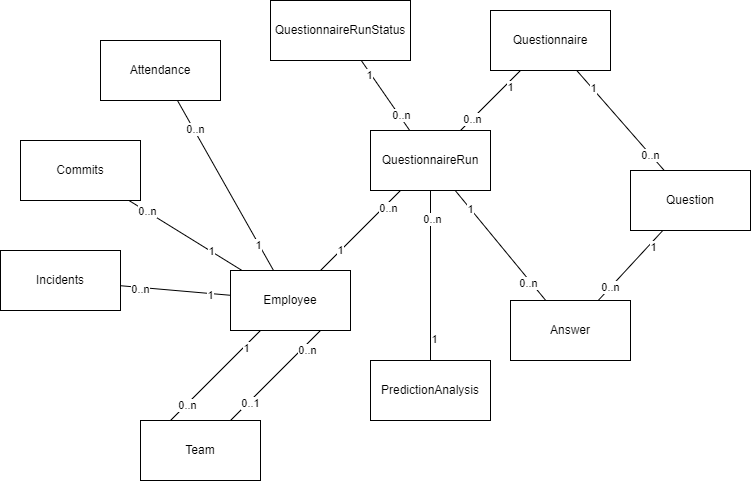
Before: docs/DiagramEntityRelationship.drawio.png, a diagram exported from draw.io (Creebos/Mindwatch). Source tidied: cells renumbered, new cells last; positions are measured from the earlier drawing's top-left corner, leaving out a move shared by most shapes.
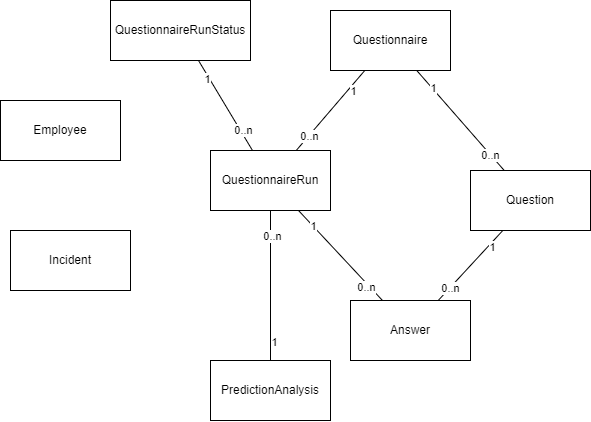
The same file after the commit.

Diff of the diagram source:
```diff
@@ -2,56 +2,9 @@
   <root>
     <mxCell id="0" />
     <mxCell id="1" parent="0" />
-    <mxCell id="2" style="edgeStyle=none;html=1;endArrow=none;endFill=0;" parent="1" edge="1" source="11" target="34">
-      <mxGeometry relative="1" as="geometry" />
-    </mxCell>
-    <mxCell id="3" value="1" style="edgeLabel;html=1;align=center;verticalAlign=middle;" parent="2" vertex="1">
-      <mxGeometry x="-0.76" y="-1" relative="1" as="geometry">
-        <mxPoint x="9" y="-11" as="offset" />
-      </mxGeometry>
-    </mxCell>
-    <mxCell id="4" value="0..n" style="edgeLabel;html=1;align=center;verticalAlign=middle;" parent="2" vertex="1">
-      <mxGeometry x="0.62" y="-3" relative="1" as="geometry" />
-    </mxCell>
-    <mxCell id="5" style="edgeStyle=none;html=1;exitX=0.75;exitY=1;exitDx=0;exitDy=0;entryX=0.75;entryY=0;entryDx=0;entryDy=0;endArrow=none;endFill=0;" parent="1" edge="1" source="11" target="15">
-      <mxGeometry relative="1" as="geometry" />
-    </mxCell>
-    <mxCell id="6" value="0..1" style="edgeLabel;html=1;align=center;verticalAlign=middle;" parent="5" vertex="1">
-      <mxGeometry x="0.6" y="2" relative="1" as="geometry">
-        <mxPoint y="-1" as="offset" />
-      </mxGeometry>
-    </mxCell>
-    <mxCell id="7" value="0..n" style="edgeLabel;html=1;align=center;verticalAlign=middle;" parent="5" vertex="1">
-      <mxGeometry x="-0.65" y="5" relative="1" as="geometry">
-        <mxPoint x="-1" as="offset" />
-      </mxGeometry>
-    </mxCell>
-    <mxCell id="8" style="edgeStyle=none;html=1;endArrow=none;endFill=0;" parent="1" edge="1" source="11" target="48">
-      <mxGeometry relative="1" as="geometry" />
-    </mxCell>
-    <mxCell id="9" value="1" style="edgeLabel;html=1;align=center;verticalAlign=middle;" parent="8" vertex="1">
-      <mxGeometry x="-0.65" y="1" relative="1" as="geometry" />
-    </mxCell>
-    <mxCell id="10" value="0..n" style="edgeLabel;html=1;align=center;verticalAlign=middle;" parent="8" vertex="1">
-      <mxGeometry x="0.64" y="1" relative="1" as="geometry">
-        <mxPoint y="1" as="offset" />
-      </mxGeometry>
-    </mxCell>
     <mxCell id="11" value="Employee" style="rounded=0;whiteSpace=wrap;html=1;" parent="1" vertex="1">
-      <mxGeometry x="230" y="270" width="120" height="60" as="geometry" />
+      <mxGeometry x="160" y="100" width="120" height="60" as="geometry" />
     </mxCell>
-    <mxCell id="12" style="edgeStyle=none;html=1;exitX=0.25;exitY=0;exitDx=0;exitDy=0;entryX=0.25;entryY=1;entryDx=0;entryDy=0;endArrow=none;endFill=0;" parent="1" edge="1" source="15" target="11">
-      <mxGeometry relative="1" as="geometry" />
-    </mxCell>
-    <mxCell id="13" value="1" style="edgeLabel;html=1;align=center;verticalAlign=middle;" parent="12" vertex="1">
-      <mxGeometry x="0.66" y="-2" relative="1" as="geometry" />
-    </mxCell>
-    <mxCell id="14" value="0..n" style="edgeLabel;html=1;align=center;verticalAlign=middle;" parent="12" vertex="1">
-      <mxGeometry x="-0.64" y="-1" relative="1" as="geometry" />
-    </mxCell>
-    <mxCell id="15" value="Team" style="rounded=0;whiteSpace=wrap;html=1;" parent="1" vertex="1">
-      <mxGeometry x="140" y="420" width="120" height="60" as="geometry" />
-    </mxCell>
     <mxCell id="16" style="edgeStyle=none;html=1;endArrow=none;endFill=0;" parent="1" edge="1" source="19" target="34">
       <mxGeometry relative="1" as="geometry" />
     </mxCell>
@@ -113,36 +66,8 @@
       <mxGeometry x="0.62" y="2" relative="1" as="geometry" />
     </mxCell>
     <mxCell id="34" value="QuestionnaireRun" style="rounded=0;whiteSpace=wrap;html=1;" parent="1" vertex="1">
-      <mxGeometry x="370" y="130" width="120" height="60" as="geometry" />
+      <mxGeometry x="370" y="150" width="120" height="60" as="geometry" />
     </mxCell>
-    <mxCell id="35" style="edgeStyle=none;html=1;endArrow=none;endFill=0;" parent="1" edge="1" source="38" target="11">
-      <mxGeometry relative="1" as="geometry" />
-    </mxCell>
-    <mxCell id="36" value="1" style="edgeLabel;html=1;align=center;verticalAlign=middle;" parent="35" vertex="1">
-      <mxGeometry x="0.69" y="-1" relative="1" as="geometry" />
-    </mxCell>
-    <mxCell id="37" value="0..n" style="edgeLabel;html=1;align=center;verticalAlign=middle;" parent="35" vertex="1">
-      <mxGeometry x="-0.66" y="2" relative="1" as="geometry">
-        <mxPoint y="1" as="offset" />
-      </mxGeometry>
-    </mxCell>
-    <mxCell id="38" value="Attendance" style="rounded=0;whiteSpace=wrap;html=1;" parent="1" vertex="1">
-      <mxGeometry x="100" y="40" width="120" height="60" as="geometry" />
-    </mxCell>
-    <mxCell id="39" style="edgeStyle=none;html=1;endArrow=none;endFill=0;" parent="1" edge="1" source="42" target="11">
-      <mxGeometry relative="1" as="geometry" />
-    </mxCell>
-    <mxCell id="40" value="0..n" style="edgeLabel;html=1;align=center;verticalAlign=middle;" parent="39" vertex="1">
-      <mxGeometry x="-0.68" y="1" relative="1" as="geometry" />
-    </mxCell>
-    <mxCell id="41" value="1" style="edgeLabel;html=1;align=center;verticalAlign=middle;" parent="39" vertex="1">
-      <mxGeometry x="0.72" y="-4" relative="1" as="geometry">
-        <mxPoint x="-13" y="-13" as="offset" />
-      </mxGeometry>
-    </mxCell>
-    <mxCell id="42" value="Commits" style="rounded=0;whiteSpace=wrap;html=1;" parent="1" vertex="1">
-      <mxGeometry x="20" y="140" width="120" height="60" as="geometry" />
-    </mxCell>
     <mxCell id="43" value="QuestionnaireRunStatus" style="rounded=0;whiteSpace=wrap;html=1;" parent="1" vertex="1">
       <mxGeometry x="270" width="140" height="60" as="geometry" />
     </mxCell>
@@ -158,8 +83,8 @@
     <mxCell id="47" value="PredictionAnalysis" style="rounded=0;whiteSpace=wrap;html=1;" parent="1" vertex="1">
       <mxGeometry x="370" y="360" width="120" height="60" as="geometry" />
     </mxCell>
-    <mxCell id="48" value="Incidents" style="rounded=0;whiteSpace=wrap;html=1;" parent="1" vertex="1">
-      <mxGeometry y="250" width="120" height="60" as="geometry" />
+    <mxCell id="48" value="Incident" style="rounded=0;whiteSpace=wrap;html=1;" parent="1" vertex="1">
+      <mxGeometry x="170" y="230" width="120" height="60" as="geometry" />
     </mxCell>
   </root>
 </mxGraphModel>
```
